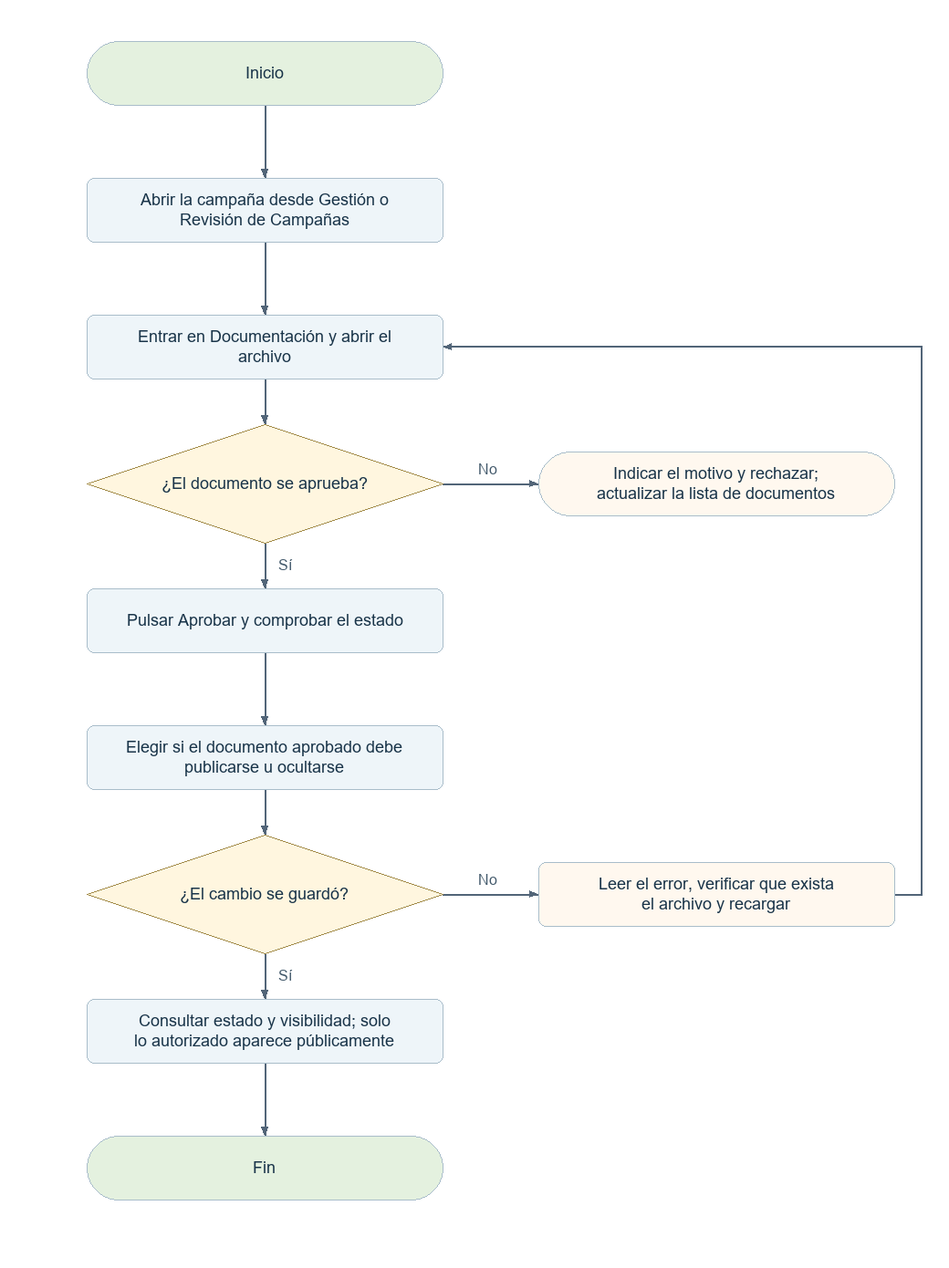
Earlier version of the Mermaid export docs/diagramas-web/png/A05.png (elingeyesdev/t3-crowdfunding-inversion). Its source is kept beside it as docs/diagramas-web/mermaid/A05.mmd. The source it was exported from:
```mermaid
flowchart TD
  N0(["Inicio"])
  N0 --> N1
  N1["Abrir la campaña desde Gestión o Revisión de Campañas"]
  N1 --> N2
  N2["Entrar en Documentación y abrir el archivo"]
  N2 --> N3
  N3{"¿El documento se aprueba?"}
  N3 -->|"Sí"| N4
  B3(["Indicar el motivo y rechazar; actualizar la lista de documentos"])
  N3 -->|"No"| B3
  N4["Pulsar Aprobar y comprobar el estado"]
  N4 --> N5
  N5["Elegir si el documento aprobado debe publicarse u ocultarse"]
  N5 --> N6
  N6{"¿El cambio se guardó?"}
  N6 -->|"Sí"| N7
  B6["Leer el error, verificar que exista el archivo y recargar"]
  N6 -->|"No"| B6
  B6 --> N2
  N7["Consultar estado y visibilidad; solo lo autorizado aparece públicamente"]
  N7 --> N8
  N8(["Fin"])
```
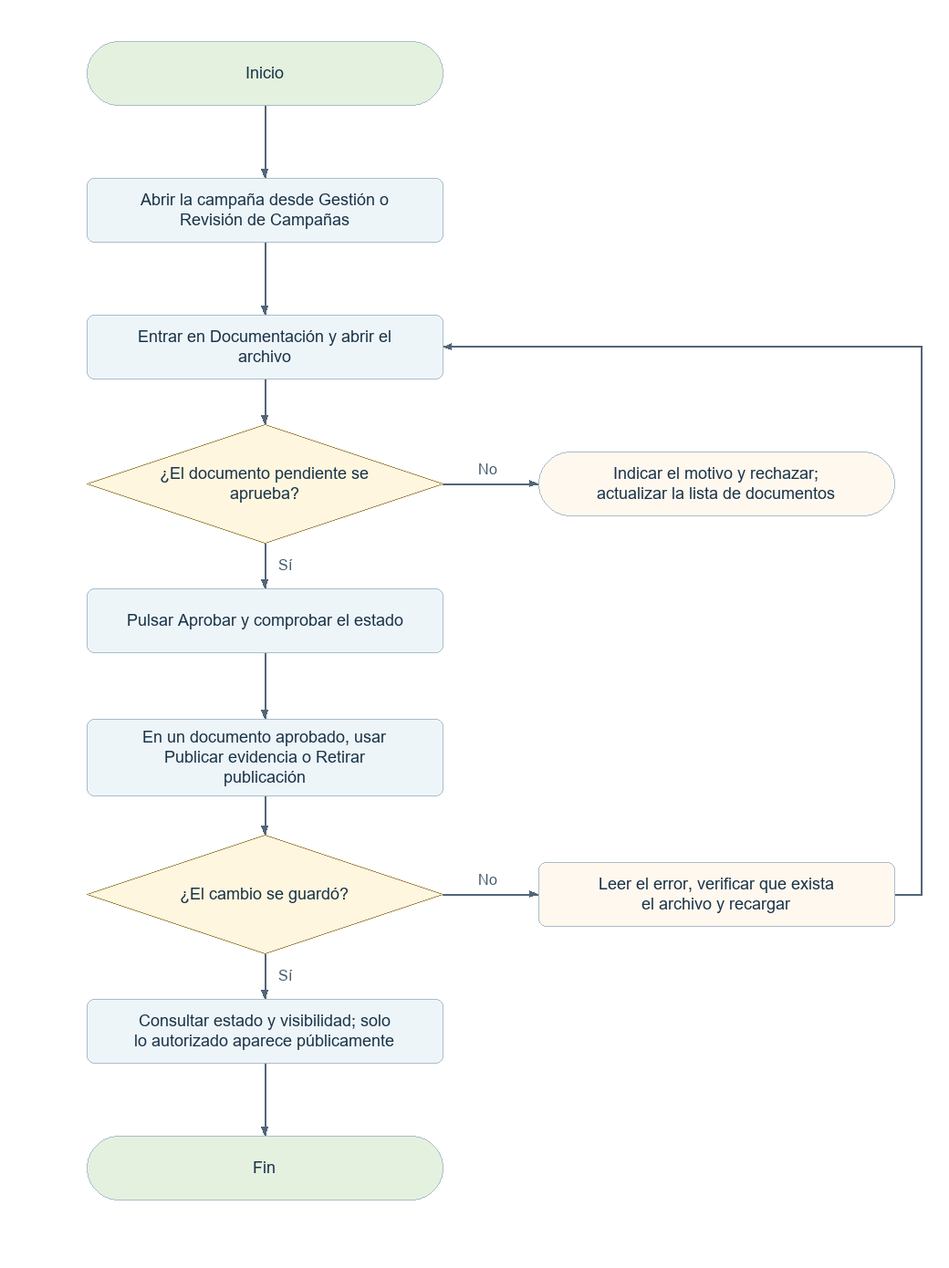
Above is the later version.

Diff of the diagram source:
```diff
@@ -5,13 +5,13 @@
   N1 --> N2
   N2["Entrar en Documentación y abrir el archivo"]
   N2 --> N3
-  N3{"¿El documento se aprueba?"}
+  N3{"¿El documento pendiente se aprueba?"}
   N3 -->|"Sí"| N4
   B3(["Indicar el motivo y rechazar; actualizar la lista de documentos"])
   N3 -->|"No"| B3
   N4["Pulsar Aprobar y comprobar el estado"]
   N4 --> N5
-  N5["Elegir si el documento aprobado debe publicarse u ocultarse"]
+  N5["En un documento aprobado, usar Publicar evidencia o Retirar publicación"]
   N5 --> N6
   N6{"¿El cambio se guardó?"}
   N6 -->|"Sí"| N7
```
